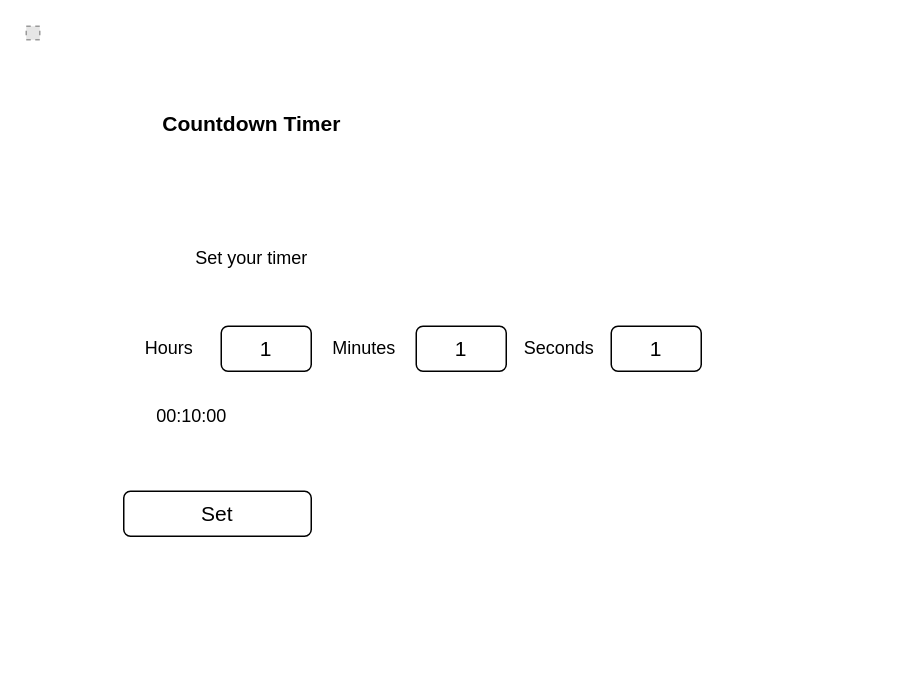
Before: design/storyboard.drawio in MTHS-ICD2O-1-2023/ICD2O-1-2023-Final-Project-Julianne-Leblanc-Peltier-Fethawit-Gebremekeal, a draw.io diagram. Source tidied: cells renumbered, new cells numbered last; positions are measured from the earlier drawing's top-left corner, leaving out a move shared by most shapes. Both pictures are drawn from the tidied source at 150%, with x=0, y=0 at pixel (26, 26). Pictures stored in the file or linked from it are replaced by grey dashed boxes.
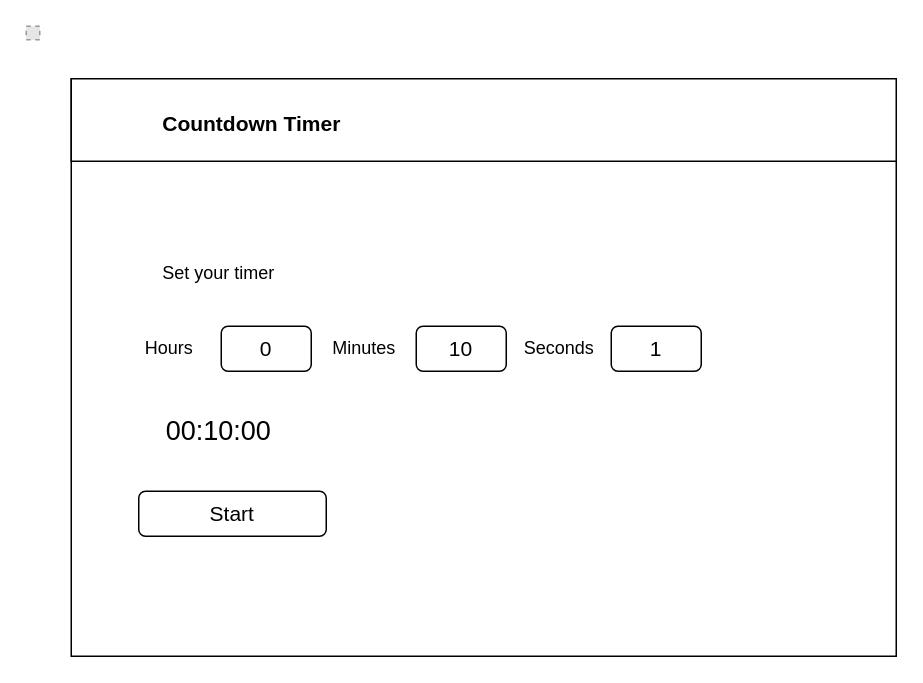
Above is the later version.

Commit message (it also covers changes not shown here):
editted storyboard + added flowchart file

What changed in the source:
```diff
@@
 <mxGraphModel>
   <root>
     <mxCell id="0" />
     <mxCell id="1" parent="0" />
+    <mxCell id="13" style="rounded=0;whiteSpace=wrap;html=1;" parent="1" vertex="1">
+      <mxGeometry x="30" y="35" width="550" height="385" as="geometry" />
+    </mxCell>
+    <mxCell id="14" style="rounded=0;whiteSpace=wrap;html=1;" parent="1" vertex="1">
+      <mxGeometry x="30" y="35" width="550" height="55" as="geometry" />
+    </mxCell>
     <mxCell id="2" value="Set your timer" style="text;html=1;align=center;verticalAlign=middle;strokeColor=none;fillColor=none;" parent="1" vertex="1">
-      <mxGeometry x="100" y="140" width="100" height="30" as="geometry" />
+      <mxGeometry x="77.5" y="150" width="100" height="30" as="geometry" />
     </mxCell>
-    <mxCell id="3" value="Set" style="rounded=1;whiteSpace=wrap;html=1;fontSize=14;" parent="1" vertex="1">
-      <mxGeometry x="65" y="310" width="125" height="30" as="geometry" />
+    <mxCell id="3" value="Start" style="rounded=1;whiteSpace=wrap;html=1;fontSize=14;" parent="1" vertex="1">
+      <mxGeometry x="75" y="310" width="125" height="30" as="geometry" />
     </mxCell>
-    <mxCell id="4" value="1" style="rounded=1;whiteSpace=wrap;html=1;fontSize=14;" parent="1" vertex="1">
+    <mxCell id="4" value="0" style="rounded=1;whiteSpace=wrap;html=1;fontSize=14;" parent="1" vertex="1">
       <mxGeometry x="130" y="200" width="60" height="30" as="geometry" />
     </mxCell>
     <mxCell id="5" value="&lt;font style=&quot;font-size: 14px;&quot;&gt;&lt;b&gt;Countdown Timer&lt;/b&gt;&lt;/font&gt;" style="text;html=1;align=center;verticalAlign=middle;strokeColor=none;fillColor=none;fontSize=14;" parent="1" vertex="1">
       <mxGeometry x="75" y="50" width="150" height="30" as="geometry" />
     </mxCell>
-    <mxCell id="6" value="1" style="rounded=1;whiteSpace=wrap;html=1;fontSize=14;" parent="1" vertex="1">
+    <mxCell id="6" value="10" style="rounded=1;whiteSpace=wrap;html=1;fontSize=14;" parent="1" vertex="1">
       <mxGeometry x="260" y="200" width="60" height="30" as="geometry" />
     </mxCell>
     <mxCell id="7" value="1" style="rounded=1;whiteSpace=wrap;html=1;fontSize=14;" parent="1" vertex="1">
       <mxGeometry x="390" y="200" width="60" height="30" as="geometry" />
     </mxCell>
     <mxCell id="8" value="Hours" style="text;html=1;align=center;verticalAlign=middle;strokeColor=none;fillColor=none;" parent="1" vertex="1">
       <mxGeometry x="65" y="200" width="60" height="30" as="geometry" />
     </mxCell>
     <mxCell id="9" value="Minutes" style="text;html=1;align=center;verticalAlign=middle;strokeColor=none;fillColor=none;" parent="1" vertex="1">
       <mxGeometry x="190" y="200" width="70" height="30" as="geometry" />
     </mxCell>
     <mxCell id="10" value="Seconds" style="text;html=1;align=center;verticalAlign=middle;strokeColor=none;fillColor=none;" parent="1" vertex="1">
       <mxGeometry x="320" y="200" width="70" height="30" as="geometry" />
     </mxCell>
     <mxCell id="11" style="fillColor=#E6E6E6;strokeColor=#999999;dashed=1;verticalLabelPosition=bottom;labelBackgroundColor=default;verticalAlign=top;" parent="1" vertex="1">
       <mxGeometry width="9" height="9" as="geometry" />
     </mxCell>
-    <mxCell id="12" value="00:10:00" style="text;html=1;align=center;verticalAlign=middle;strokeColor=none;fillColor=none;" parent="1" vertex="1">
-      <mxGeometry x="75" y="245" width="70" height="30" as="geometry" />
+    <mxCell id="12" value="00:10:00" style="text;html=1;align=center;verticalAlign=middle;strokeColor=none;fillColor=none;fontSize=18;" parent="1" vertex="1">
+      <mxGeometry x="82.5" y="250" width="90" height="40" as="geometry" />
     </mxCell>
   </root>
 </mxGraphModel>
```
